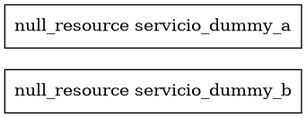
The Graphviz diagram infra.png in YoelMantari/GitOps-Local, before a commit. Its source is kept beside it as infra.dot.
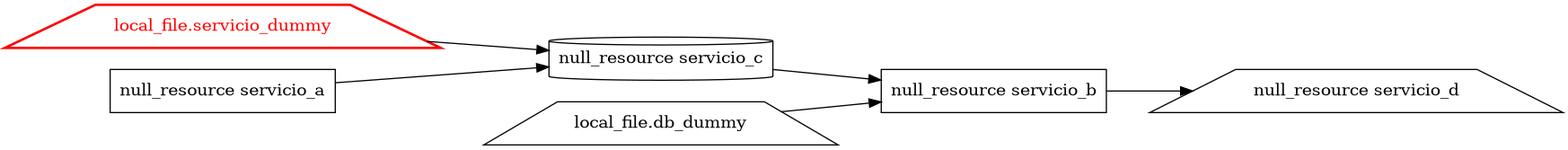
After the change.

Diff of the diagram source:
```diff
@@ -1,5 +1,14 @@
 digraph Infra {
- graph [rankdir=LR];
- "null_resource servicio_dummy_b" [shape=box];
- "null_resource servicio_dummy_a" [shape=box];
+  graph [rankdir=LR];
+  "local_file.servicio_dummy" [shape=trapezium, color="red", fontcolor="red", style="bold"];
+  "null_resource servicio_b" [shape=box, color="black", fontcolor="black", style="solid"];
+  "local_file.db_dummy" [shape=trapezium, color="black", fontcolor="black", style="solid"];
+  "null_resource servicio_c" [shape=cylinder, color="black", fontcolor="black", style="solid"];
+  "null_resource servicio_a" [shape=box, color="black", fontcolor="black", style="solid"];
+  "null_resource servicio_d" [shape=trapezium, color="black", fontcolor="black", style="solid"];
+  "null_resource servicio_c" -> "null_resource servicio_b";
+  "local_file.db_dummy" -> "null_resource servicio_b";
+  "null_resource servicio_a" -> "null_resource servicio_c";
+  "local_file.servicio_dummy" -> "null_resource servicio_c";
+  "null_resource servicio_b" -> "null_resource servicio_d";
 }
```
